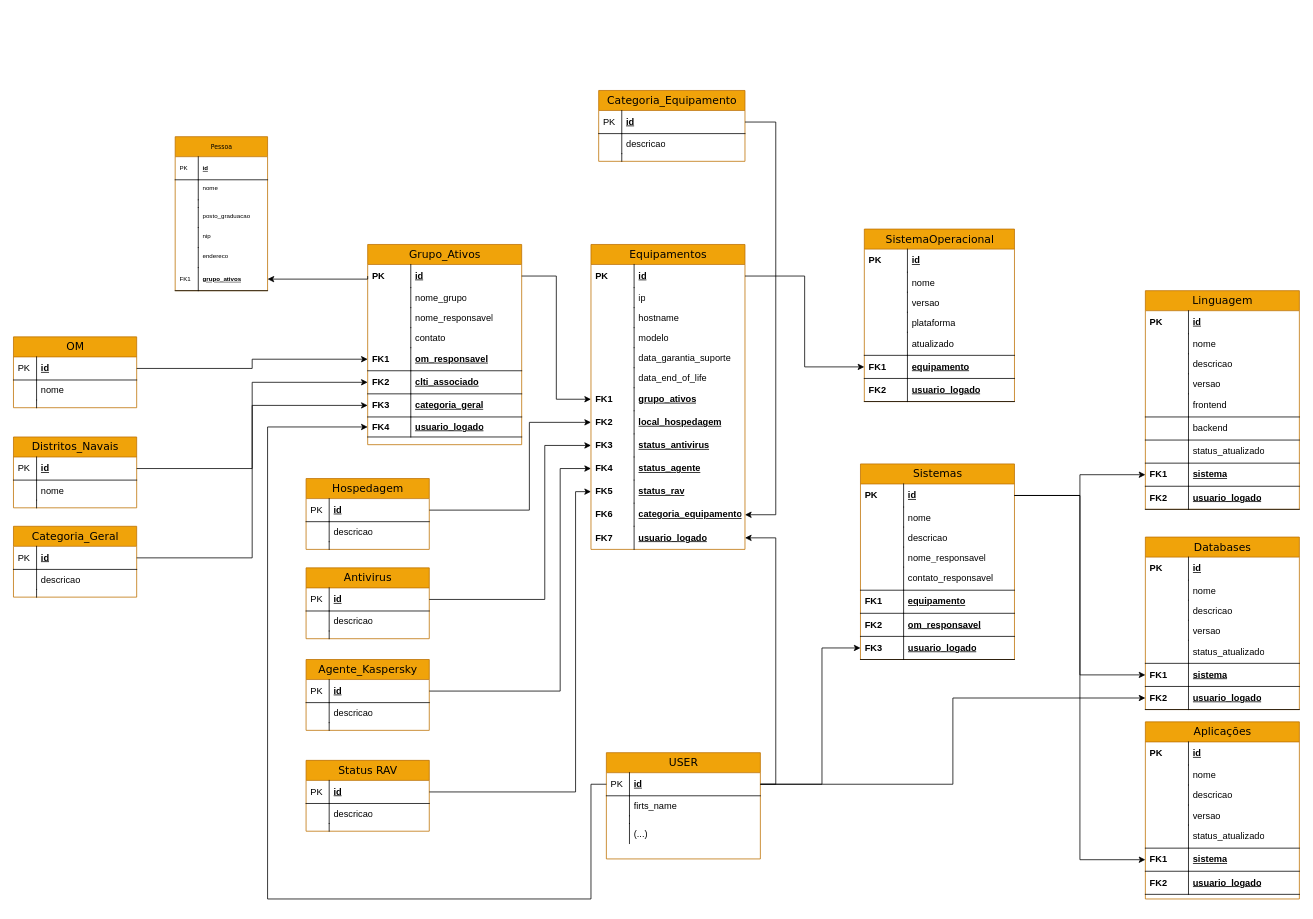
Before: Diagrama sem nome.drawio in pedrohts/home, a draw.io diagram. Source tidied: cells renumbered, new cells numbered last; positions are measured from the earlier drawing's top-left corner, leaving out a move shared by most shapes. Both pictures are drawn from the tidied source at 77%, with x=0, y=0 at pixel (13, 90).
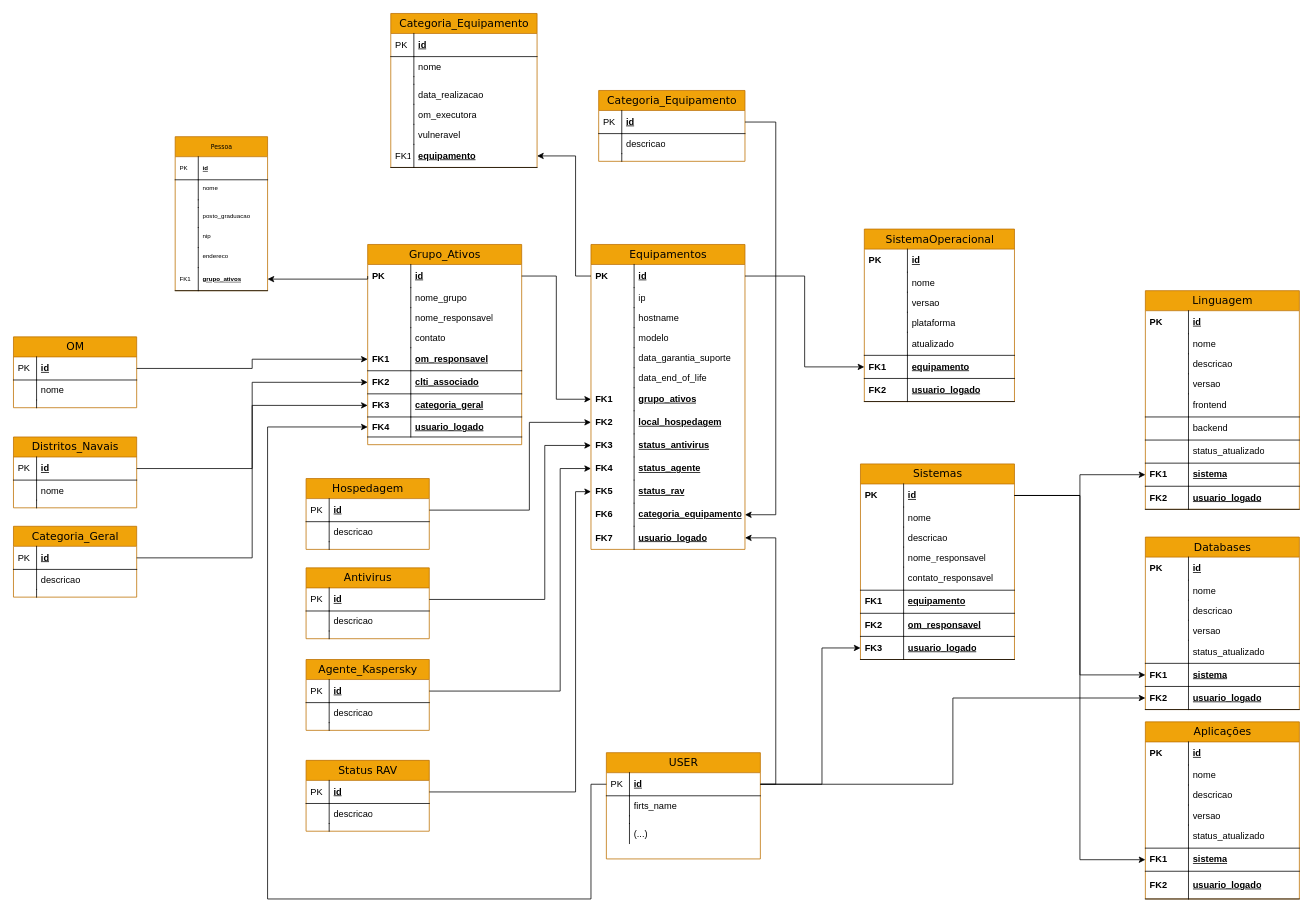
The same diagram, later.

The change refers to these unchanged cells:
```xml
<mxCell id="59" value="id" style="shape=partialRectangle;top=0;left=0;right=0;bottom=0;html=1;align=left;verticalAlign=middle;fillColor=none;spacingLeft=60;spacingRight=4;whiteSpace=wrap;overflow=hidden;points=[[0,0.5],[1,0.5]];portConstraint=eastwest;fontStyle=5;" parent="58" vertex="1">
  <mxGeometry y="26" width="200" height="30" as="geometry" />
</mxCell>
<mxCell id="195" value="Aplicações" style="swimlane;html=1;fontStyle=0;horizontal=1;startSize=26;fillColor=#f0a30a;swimlaneFillColor=#ffffff;align=center;rounded=0;shadow=0;comic=0;labelBackgroundColor=none;strokeWidth=1;fontFamily=Verdana;fontSize=14;strokeColor=#BD7000;fontColor=#000000;" parent="1" vertex="1">
  <mxGeometry x="1470" y="820" width="200" height="230" as="geometry" />
</mxCell>
```

The edit, as a diff of the source:
```diff
@@
     <mxCell id="208" value="usuario_logado" style="shape=partialRectangle;top=0;left=0;right=0;bottom=1;html=1;align=left;verticalAlign=middle;fillColor=none;spacingLeft=60;spacingRight=4;whiteSpace=wrap;overflow=hidden;fontStyle=5;" parent="195" vertex="1">
-      <mxGeometry y="194" width="200" height="30" as="geometry" />
+      <mxGeometry y="194" width="200" height="36" as="geometry" />
     </mxCell>
     <mxCell id="209" value="FK2" style="shape=partialRectangle;fontStyle=1;top=0;left=0;bottom=0;html=1;fillColor=none;align=left;verticalAlign=middle;spacingLeft=4;spacingRight=4;whiteSpace=wrap;overflow=hidden;" parent="208" vertex="1">
-      <mxGeometry width="56" height="30" as="geometry" />
+      <mxGeometry width="56" height="36" as="geometry" />
     </mxCell>
@@
+    <mxCell id="225" value="Categoria_Equipamento" style="swimlane;html=1;fontStyle=0;horizontal=1;startSize=26;fillColor=#f0a30a;swimlaneFillColor=#ffffff;align=center;rounded=0;shadow=0;comic=0;labelBackgroundColor=none;strokeWidth=1;fontFamily=Verdana;fontSize=14;fontColor=#000000;strokeColor=#BD7000;" parent="1" vertex="1">
+      <mxGeometry x="490" y="-100" width="190" height="200" as="geometry" />
+    </mxCell>
+    <mxCell id="226" value="id" style="shape=partialRectangle;top=0;left=0;right=0;bottom=1;html=1;align=left;verticalAlign=middle;fillColor=none;spacingLeft=34;spacingRight=4;whiteSpace=wrap;overflow=hidden;fontStyle=5;" parent="225" vertex="1">
+      <mxGeometry y="26" width="190" height="30" as="geometry" />
+    </mxCell>
+    <mxCell id="227" value="PK" style="shape=partialRectangle;top=0;left=0;bottom=0;html=1;fillColor=none;align=left;verticalAlign=middle;spacingLeft=4;spacingRight=4;whiteSpace=wrap;overflow=hidden;" parent="226" vertex="1">
+      <mxGeometry width="30" height="30" as="geometry" />
+    </mxCell>
+    <mxCell id="228" value="nome" style="shape=partialRectangle;top=0;left=0;right=0;bottom=0;html=1;align=left;verticalAlign=top;fillColor=none;spacingLeft=34;spacingRight=4;whiteSpace=wrap;overflow=hidden;" parent="225" vertex="1">
+      <mxGeometry y="56" width="190" height="26" as="geometry" />
+    </mxCell>
+    <mxCell id="229" style="shape=partialRectangle;top=0;left=0;bottom=0;html=1;fillColor=none;align=left;verticalAlign=top;spacingLeft=4;spacingRight=4;whiteSpace=wrap;overflow=hidden;" parent="228" vertex="1">
+      <mxGeometry width="30" height="26" as="geometry" />
+    </mxCell>
+    <mxCell id="230" style="shape=partialRectangle;top=0;left=0;right=0;bottom=0;html=1;align=left;verticalAlign=top;fillColor=none;spacingLeft=34;spacingRight=4;whiteSpace=wrap;overflow=hidden;" parent="225" vertex="1">
+      <mxGeometry y="82" width="190" height="10" as="geometry" />
+    </mxCell>
+    <mxCell id="231" style="shape=partialRectangle;top=0;left=0;bottom=0;html=1;fillColor=none;align=left;verticalAlign=top;spacingLeft=4;spacingRight=4;whiteSpace=wrap;overflow=hidden;" parent="230" vertex="1">
+      <mxGeometry width="30" height="10" as="geometry" />
+    </mxCell>
+    <mxCell id="232" value="data_realizacao" style="shape=partialRectangle;top=0;left=0;right=0;bottom=0;html=1;align=left;verticalAlign=top;fillColor=none;spacingLeft=34;spacingRight=4;whiteSpace=wrap;overflow=hidden;" parent="225" vertex="1">
+      <mxGeometry y="92" width="190" height="26" as="geometry" />
+    </mxCell>
+    <mxCell id="233" style="shape=partialRectangle;top=0;left=0;bottom=0;html=1;fillColor=none;align=left;verticalAlign=top;spacingLeft=4;spacingRight=4;whiteSpace=wrap;overflow=hidden;" parent="232" vertex="1">
+      <mxGeometry width="30" height="26" as="geometry" />
+    </mxCell>
+    <mxCell id="234" value="om_executora" style="shape=partialRectangle;top=0;left=0;right=0;bottom=0;html=1;align=left;verticalAlign=top;fillColor=none;spacingLeft=34;spacingRight=4;whiteSpace=wrap;overflow=hidden;" parent="225" vertex="1">
+      <mxGeometry y="118" width="190" height="26" as="geometry" />
+    </mxCell>
+    <mxCell id="235" style="shape=partialRectangle;top=0;left=0;bottom=0;html=1;fillColor=none;align=left;verticalAlign=top;spacingLeft=4;spacingRight=4;whiteSpace=wrap;overflow=hidden;" parent="234" vertex="1">
+      <mxGeometry width="30" height="26" as="geometry" />
+    </mxCell>
+    <mxCell id="236" value="vulneravel" style="shape=partialRectangle;top=0;left=0;right=0;bottom=0;html=1;align=left;verticalAlign=top;fillColor=none;spacingLeft=34;spacingRight=4;whiteSpace=wrap;overflow=hidden;" parent="225" vertex="1">
+      <mxGeometry y="144" width="190" height="26" as="geometry" />
+    </mxCell>
+    <mxCell id="237" style="shape=partialRectangle;top=0;left=0;bottom=0;html=1;fillColor=none;align=left;verticalAlign=top;spacingLeft=4;spacingRight=4;whiteSpace=wrap;overflow=hidden;" parent="236" vertex="1">
+      <mxGeometry width="30" height="26" as="geometry" />
+    </mxCell>
+    <mxCell id="238" value="equipamento" style="shape=partialRectangle;top=0;left=0;right=0;bottom=1;html=1;align=left;verticalAlign=middle;fillColor=none;spacingLeft=34;spacingRight=4;whiteSpace=wrap;overflow=hidden;points=[[0,0.5],[1,0.5]];portConstraint=eastwest;fontStyle=5;" parent="225" vertex="1">
+      <mxGeometry y="170" width="190" height="30" as="geometry" />
+    </mxCell>
+    <mxCell id="239" value="FK1" style="shape=partialRectangle;top=0;left=0;bottom=0;html=1;fillColor=none;align=left;verticalAlign=middle;spacingLeft=4;spacingRight=4;whiteSpace=wrap;overflow=hidden;" parent="238" vertex="1">
+      <mxGeometry width="30" height="30" as="geometry" />
+    </mxCell>
+    <mxCell id="240" style="edgeStyle=orthogonalEdgeStyle;rounded=0;jettySize=auto;html=1;exitX=0;exitY=0.5;exitDx=0;exitDy=0;entryX=1;entryY=0.5;entryDx=0;entryDy=0;" parent="1" edge="1" source="59" target="238">
+      <mxGeometry relative="1" as="geometry">
+        <Array as="points">
+          <mxPoint x="730" y="241" />
+          <mxPoint x="730" y="85" />
+        </Array>
+      </mxGeometry>
+    </mxCell>
```
